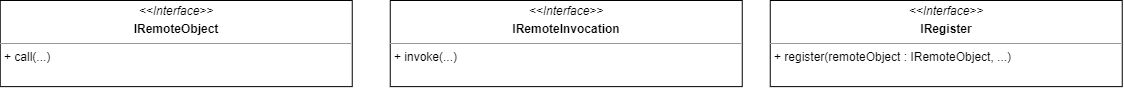
This is Dokumentation/App/diagrams/bs_layer3_stub_model_interfaces.png from sckoenig/Distributed-Tron, a draw.io export, as it was before one commit. Source tidied: cells renumbered, new cells last; positions are measured from the earlier drawing's top-left corner, leaving out a move shared by most shapes.
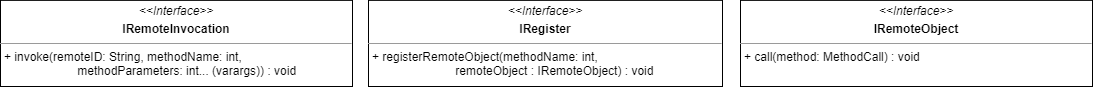
After the change.

Diff of the diagram source:
```diff
@@ -2,14 +2,14 @@
   <root>
     <mxCell id="0" />
     <mxCell id="1" parent="0" />
-    <mxCell id="2" value="&lt;p style=&quot;margin:0px;margin-top:4px;text-align:center;&quot;&gt;&lt;i&gt;&amp;lt;&amp;lt;Interface&lt;/i&gt;&lt;i style=&quot;background-color: initial;&quot;&gt;&amp;gt;&amp;gt;&lt;/i&gt;&lt;/p&gt;&lt;p style=&quot;margin:0px;margin-top:4px;text-align:center;&quot;&gt;&lt;b&gt;IRemoteObject&lt;/b&gt;&lt;/p&gt;&lt;hr size=&quot;1&quot;&gt;&lt;p style=&quot;margin: 0px 0px 0px 4px;&quot;&gt;+ call(...)&lt;/p&gt;&lt;p style=&quot;margin: 0px 0px 0px 4px;&quot;&gt;&lt;br&gt;&lt;/p&gt;" style="verticalAlign=top;align=left;overflow=fill;fontSize=12;fontFamily=Helvetica;html=1;" parent="1" vertex="1">
-      <mxGeometry x="-0.2" width="352" height="86.1" as="geometry" />
+    <mxCell id="2" value="&lt;p style=&quot;margin:0px;margin-top:4px;text-align:center;&quot;&gt;&lt;i&gt;&amp;lt;&amp;lt;Interface&lt;/i&gt;&lt;i style=&quot;background-color: initial;&quot;&gt;&amp;gt;&amp;gt;&lt;/i&gt;&lt;/p&gt;&lt;p style=&quot;margin:0px;margin-top:4px;text-align:center;&quot;&gt;&lt;b&gt;IRemoteObject&lt;/b&gt;&lt;/p&gt;&lt;hr size=&quot;1&quot;&gt;&lt;p style=&quot;margin: 0px 0px 0px 4px;&quot;&gt;+ call(method: MethodCall) : void&lt;/p&gt;&lt;p style=&quot;margin: 0px 0px 0px 4px;&quot;&gt;&lt;br&gt;&lt;/p&gt;" style="verticalAlign=top;align=left;overflow=fill;fontSize=12;fontFamily=Helvetica;html=1;" parent="1" vertex="1">
+      <mxGeometry x="6206" y="-706.1" width="352" height="86.1" as="geometry" />
     </mxCell>
-    <mxCell id="3" value="&lt;p style=&quot;margin:0px;margin-top:4px;text-align:center;&quot;&gt;&lt;i&gt;&amp;lt;&amp;lt;Interface&lt;/i&gt;&lt;i style=&quot;background-color: initial;&quot;&gt;&amp;gt;&amp;gt;&lt;/i&gt;&lt;/p&gt;&lt;p style=&quot;margin:0px;margin-top:4px;text-align:center;&quot;&gt;&lt;b&gt;IRemoteInvocation&lt;/b&gt;&lt;/p&gt;&lt;hr size=&quot;1&quot;&gt;&lt;p style=&quot;margin: 0px 0px 0px 4px;&quot;&gt;+ invoke(...)&lt;/p&gt;&lt;p style=&quot;margin: 0px 0px 0px 4px;&quot;&gt;&lt;br&gt;&lt;/p&gt;" style="verticalAlign=top;align=left;overflow=fill;fontSize=12;fontFamily=Helvetica;html=1;" parent="1" vertex="1">
-      <mxGeometry x="389.7" width="352" height="86.1" as="geometry" />
+    <mxCell id="3" value="&lt;p style=&quot;margin:0px;margin-top:4px;text-align:center;&quot;&gt;&lt;i&gt;&amp;lt;&amp;lt;Interface&lt;/i&gt;&lt;i style=&quot;background-color: initial;&quot;&gt;&amp;gt;&amp;gt;&lt;/i&gt;&lt;/p&gt;&lt;p style=&quot;margin:0px;margin-top:4px;text-align:center;&quot;&gt;&lt;b&gt;IRemoteInvocation&lt;/b&gt;&lt;/p&gt;&lt;hr size=&quot;1&quot;&gt;&lt;p style=&quot;margin: 0px 0px 0px 4px;&quot;&gt;+ invoke(remoteID: String, methodName: int,&lt;/p&gt;&lt;p style=&quot;margin: 0px 0px 0px 4px;&quot;&gt;&amp;nbsp; &amp;nbsp; &amp;nbsp; &amp;nbsp; &amp;nbsp; &amp;nbsp; &amp;nbsp; &amp;nbsp; &amp;nbsp; &amp;nbsp; &amp;nbsp; methodParameters: int... (varargs)) : void&lt;/p&gt;&lt;p style=&quot;margin: 0px 0px 0px 4px;&quot;&gt;&lt;br&gt;&lt;/p&gt;" style="verticalAlign=top;align=left;overflow=fill;fontSize=12;fontFamily=Helvetica;html=1;" parent="1" vertex="1">
+      <mxGeometry x="5466" y="-706.1" width="352" height="86.1" as="geometry" />
     </mxCell>
-    <mxCell id="4" value="&lt;p style=&quot;margin:0px;margin-top:4px;text-align:center;&quot;&gt;&lt;i&gt;&amp;lt;&amp;lt;Interface&lt;/i&gt;&lt;i style=&quot;background-color: initial;&quot;&gt;&amp;gt;&amp;gt;&lt;/i&gt;&lt;/p&gt;&lt;p style=&quot;margin:0px;margin-top:4px;text-align:center;&quot;&gt;&lt;b&gt;IRegister&lt;/b&gt;&lt;/p&gt;&lt;hr size=&quot;1&quot;&gt;&lt;p style=&quot;margin: 0px 0px 0px 4px;&quot;&gt;+ register(remoteObject : IRemoteObject, ...)&lt;/p&gt;&lt;p style=&quot;margin: 0px 0px 0px 4px;&quot;&gt;&lt;br&gt;&lt;/p&gt;" style="verticalAlign=top;align=left;overflow=fill;fontSize=12;fontFamily=Helvetica;html=1;" parent="1" vertex="1">
-      <mxGeometry x="769.7" width="352" height="86.1" as="geometry" />
+    <mxCell id="4" value="&lt;p style=&quot;margin:0px;margin-top:4px;text-align:center;&quot;&gt;&lt;i&gt;&amp;lt;&amp;lt;Interface&lt;/i&gt;&lt;i style=&quot;background-color: initial;&quot;&gt;&amp;gt;&amp;gt;&lt;/i&gt;&lt;/p&gt;&lt;p style=&quot;margin:0px;margin-top:4px;text-align:center;&quot;&gt;&lt;b&gt;IRegister&lt;/b&gt;&lt;/p&gt;&lt;hr size=&quot;1&quot;&gt;&lt;p style=&quot;margin: 0px 0px 0px 4px;&quot;&gt;+ registerRemoteObject(methodName: int,&amp;nbsp;&lt;/p&gt;&lt;p style=&quot;margin: 0px 0px 0px 4px;&quot;&gt;&amp;nbsp; &amp;nbsp; &amp;nbsp; &amp;nbsp; &amp;nbsp; &amp;nbsp; &amp;nbsp; &amp;nbsp; &amp;nbsp; &amp;nbsp; &amp;nbsp; &amp;nbsp; &amp;nbsp;remoteObject : IRemoteObject) : void&lt;/p&gt;&lt;p style=&quot;margin: 0px 0px 0px 4px;&quot;&gt;&lt;br&gt;&lt;/p&gt;" style="verticalAlign=top;align=left;overflow=fill;fontSize=12;fontFamily=Helvetica;html=1;" parent="1" vertex="1">
+      <mxGeometry x="5834" y="-706.1" width="354" height="86.1" as="geometry" />
     </mxCell>
   </root>
 </mxGraphModel>
```
